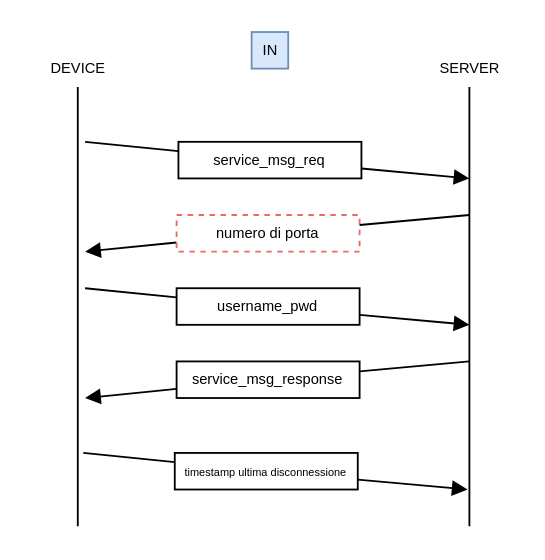
Before: doc/diagramma_in_finale.drawio in daniel-deiana/Progetto-Reti-Informatiche, a draw.io diagram. Source tidied: cells renumbered, new cells numbered last; positions are measured from the earlier drawing's top-left corner, leaving out a move shared by most shapes. Both pictures are drawn from the tidied source at 183%, with x=0, y=0 at pixel (31, 31).
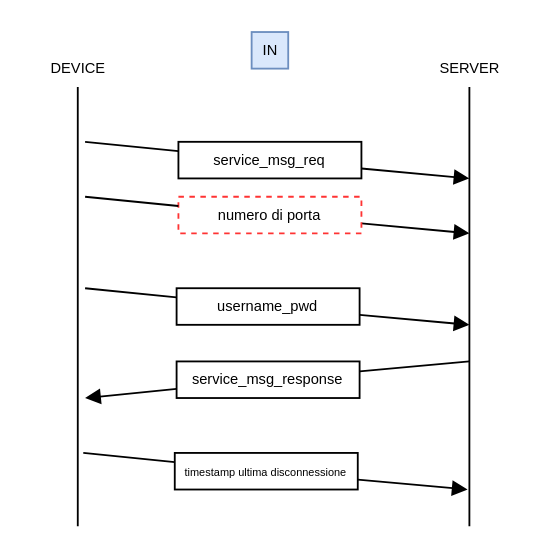
After the change.

The edit, as a diff of the source:
```diff
@@
-    <mxCell id="7" style="endArrow=block;html=1;fontSize=10;endFill=1;rounded=0;startArrow=none;" parent="1" edge="1" source="8">
-      <mxGeometry relative="1" as="geometry">
-        <mxPoint x="29" y="120" as="targetPoint" />
-      </mxGeometry>
-    </mxCell>
-    <mxCell id="8" value="numero di porta" style="rounded=0;whiteSpace=wrap;html=1;fontSize=8;dashed=1;strokeColor=#EA6B66;" parent="1" vertex="1">
-      <mxGeometry x="79" y="100" width="100" height="20" as="geometry" />
-    </mxCell>
-    <mxCell id="9" style="endArrow=none;html=1;fontSize=10;endFill=1;rounded=0;" parent="1" edge="1" target="8">
-      <mxGeometry relative="1" as="geometry">
-        <mxPoint x="239" y="100" as="sourcePoint" />
-      </mxGeometry>
-    </mxCell>
@@
+    <mxCell id="22" style="endArrow=block;html=1;fontSize=10;endFill=1;rounded=0;startArrow=none;" parent="1" edge="1" source="8">
+      <mxGeometry relative="1" as="geometry">
+        <mxPoint x="239" y="110" as="targetPoint" />
+      </mxGeometry>
+    </mxCell>
+    <mxCell id="8" value="numero di porta" style="rounded=0;whiteSpace=wrap;html=1;fontSize=8;dashed=1;strokeColor=#FF3333;" parent="1" vertex="1">
+      <mxGeometry x="80" y="90" width="100" height="20" as="geometry" />
+    </mxCell>
+    <mxCell id="23" style="endArrow=none;html=1;fontSize=10;endFill=1;rounded=0;" parent="1" edge="1" target="8">
+      <mxGeometry relative="1" as="geometry">
+        <mxPoint x="29" y="90" as="sourcePoint" />
+      </mxGeometry>
+    </mxCell>
```
